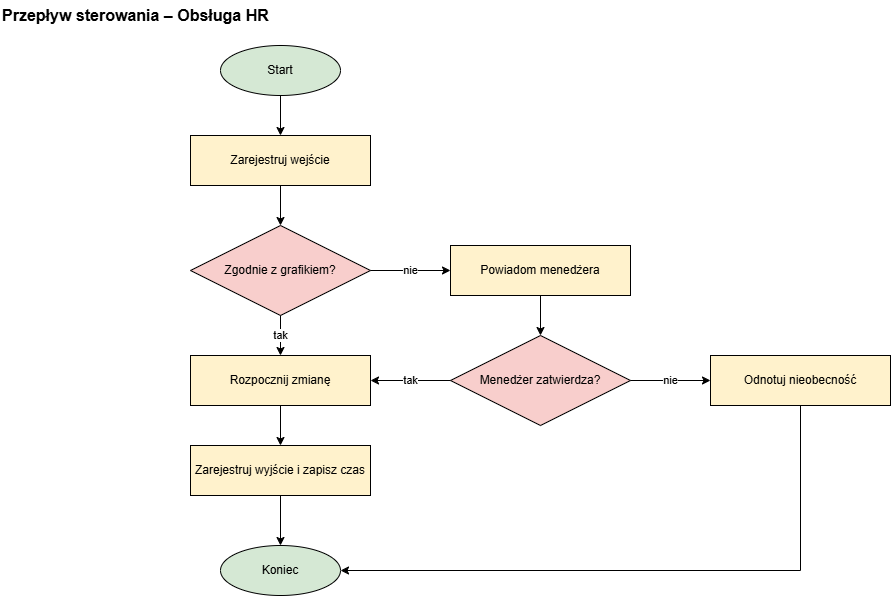
Earlier version of the draw.io export diagramy/03_przeplyw_sterowania/cfd_3_hr.png (olimo54323/OiZPI-laboratorium). Source tidied: cells renumbered, new cells last; positions are measured from the earlier drawing's top-left corner, leaving out a move shared by most shapes.
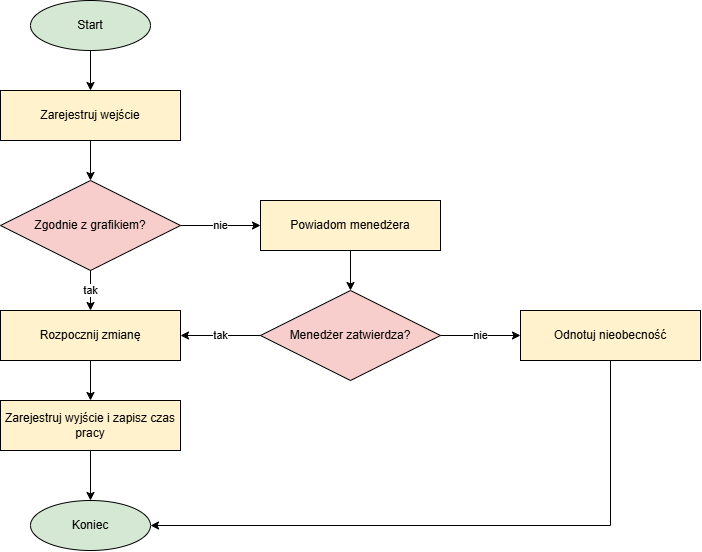
Later version of the same file.

What changed in the source:
```diff
@@ -2,9 +2,6 @@
   <root>
     <mxCell id="0" />
     <mxCell id="1" parent="0" />
-    <mxCell id="2" value="Przepływ sterowania – Obsługa HR" style="text;html=1;align=left;verticalAlign=middle;fontSize=16;fontStyle=1;" parent="1" vertex="1">
-      <mxGeometry width="420" height="30" as="geometry" />
-    </mxCell>
     <mxCell id="3" value="Start" style="ellipse;whiteSpace=wrap;html=1;fillColor=#d5e8d4;strokeColor=#000000;fontSize=12;" parent="1" vertex="1">
       <mxGeometry x="220" y="45" width="120" height="50" as="geometry" />
     </mxCell>
@@ -17,7 +14,7 @@
     <mxCell id="6" value="Rozpocznij zmianę" style="rounded=0;whiteSpace=wrap;html=1;fillColor=#fff2cc;strokeColor=#000000;fontSize=12;" parent="1" vertex="1">
       <mxGeometry x="190" y="355" width="180" height="50" as="geometry" />
     </mxCell>
-    <mxCell id="7" value="Zarejestruj wyjście i zapisz czas" style="rounded=0;whiteSpace=wrap;html=1;fillColor=#fff2cc;strokeColor=#000000;fontSize=12;" parent="1" vertex="1">
+    <mxCell id="7" value="Zarejestruj wyjście i zapisz czas pracy" style="rounded=0;whiteSpace=wrap;html=1;fillColor=#fff2cc;strokeColor=#000000;fontSize=12;" parent="1" vertex="1">
       <mxGeometry x="190" y="445" width="180" height="50" as="geometry" />
     </mxCell>
     <mxCell id="8" value="Powiadom menedżera" style="rounded=0;whiteSpace=wrap;html=1;fillColor=#fff2cc;strokeColor=#000000;fontSize=12;" parent="1" vertex="1">
```
